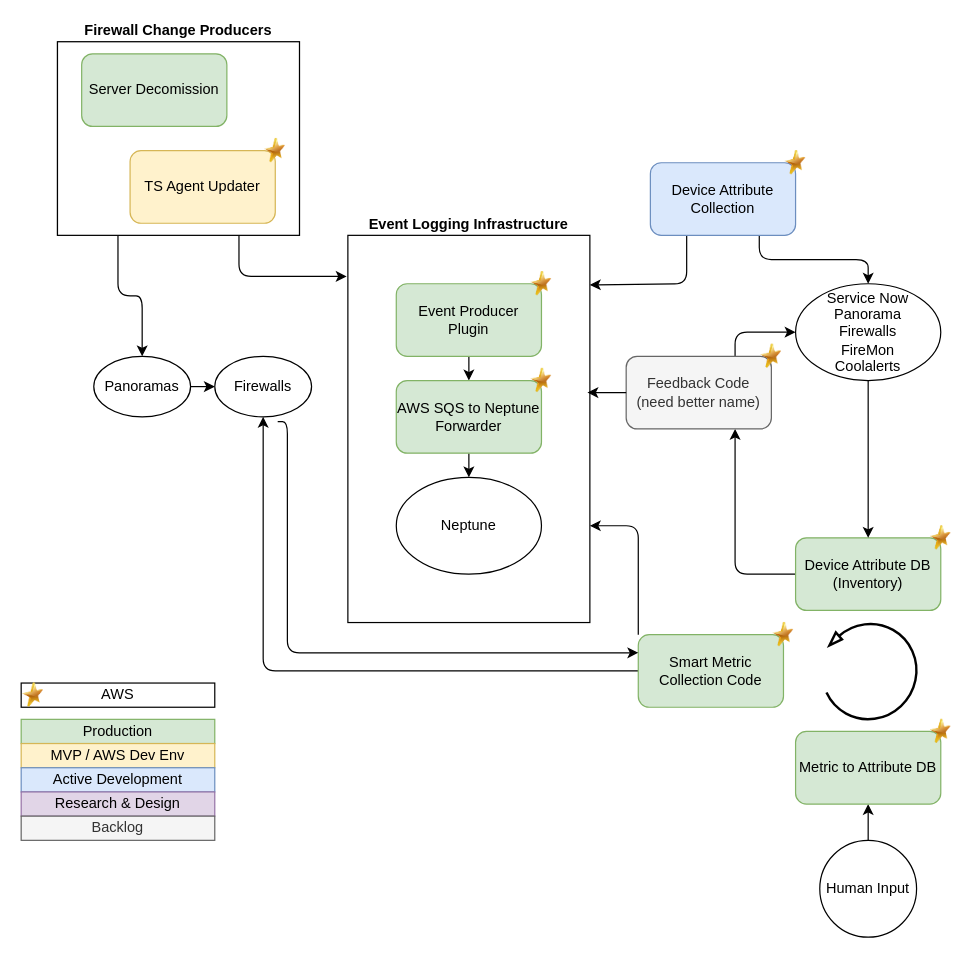
Above: development_roadmap_example_hld.drawio in jayatthebay/designs (draw.io), before the change. Source tidied: cells renumbered, new cells numbered last; positions are measured from the earlier drawing's top-left corner, leaving out a move shared by most shapes. Both pictures are drawn from the tidied source at 121%, with x=0, y=0 at pixel (21, 41).
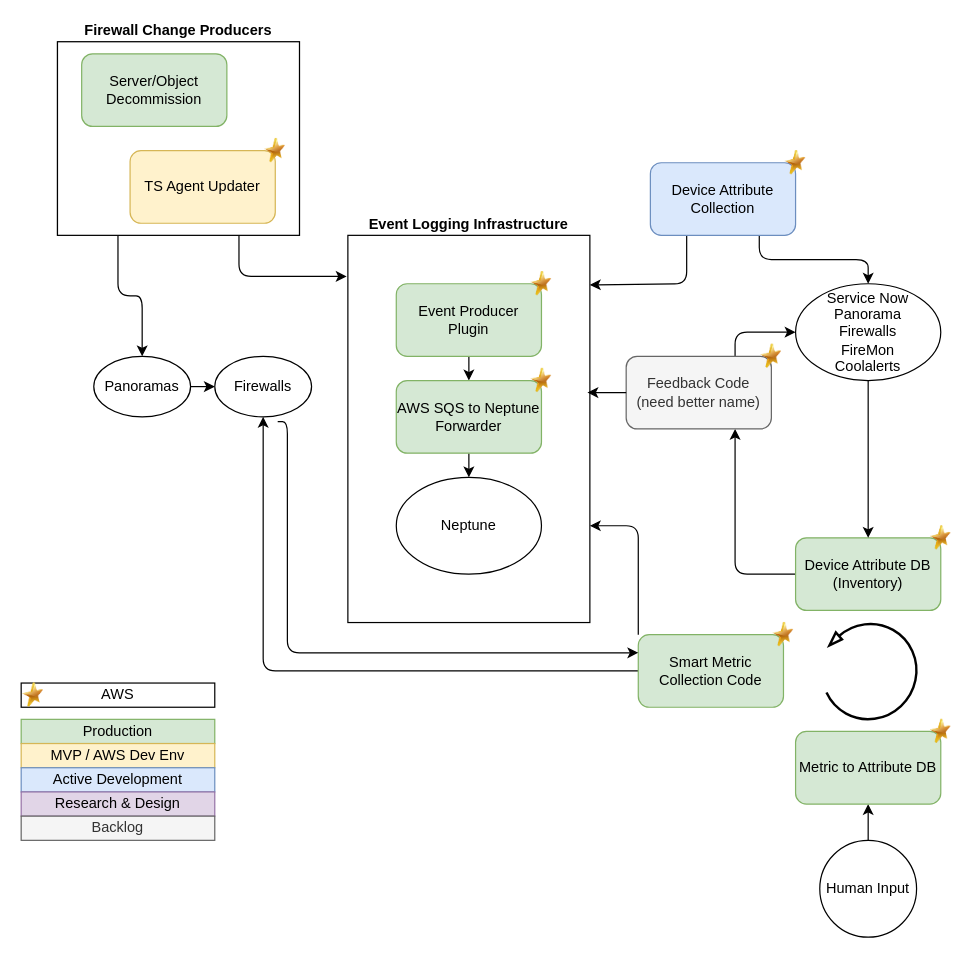
The same diagram, later.

The change refers to these unchanged cells:
```xml
<mxCell id="35" style="group;fillColor=#f5f5f5;strokeColor=#666666;fontColor=#333333;" parent="1" vertex="1">
  <mxGeometry x="30" width="200" height="160" as="geometry" />
</mxCell>
```

Change to the diagram source:
```diff
@@
-    <mxCell id="38" value="Server Decomission" style="rounded=1;whiteSpace=wrap;html=1;fillColor=#d5e8d4;strokeColor=#82b366;" parent="35" vertex="1">
+    <mxCell id="38" value="Server/Object Decommission" style="rounded=1;whiteSpace=wrap;html=1;fillColor=#d5e8d4;strokeColor=#82b366;" parent="35" vertex="1">
       <mxGeometry x="20" y="10" width="120" height="60" as="geometry" />
     </mxCell>
```
